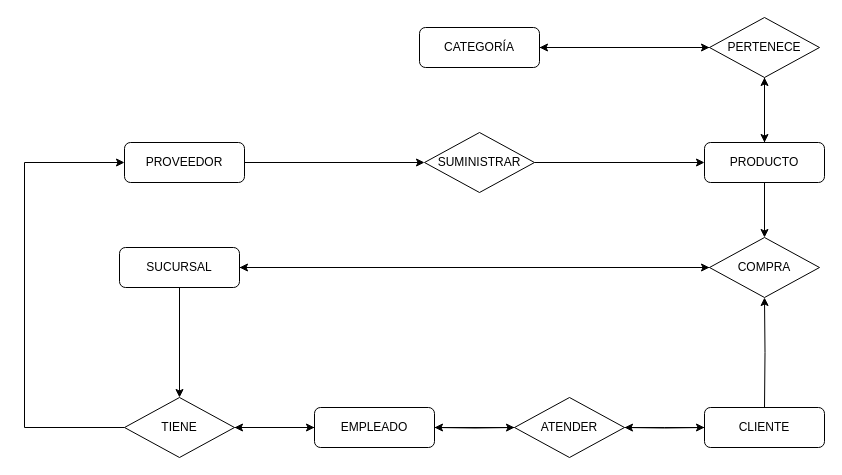
Before: DiagramaP2.drawio in charlotosisi/Bases-de-datos-2023, a draw.io diagram. Source tidied: cells renumbered, new cells numbered last; positions are measured from the earlier drawing's top-left corner, leaving out a move shared by most shapes. Both pictures are drawn from the tidied source at 100%, with x=0, y=0 at pixel (24, 17).
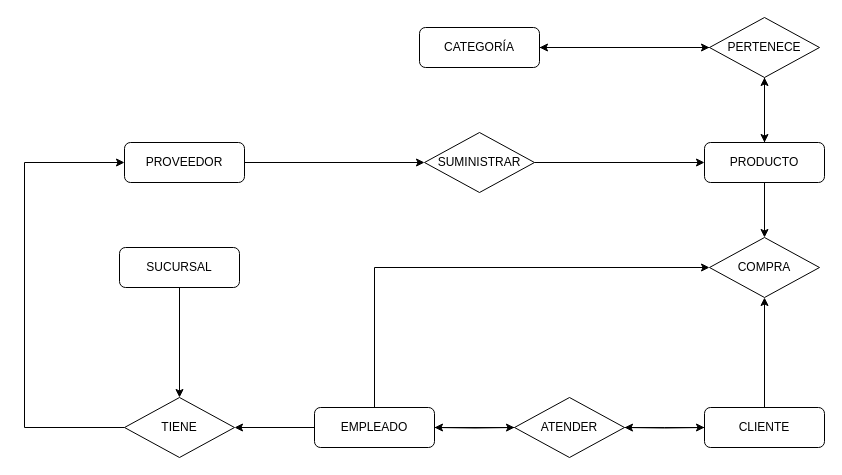
The same diagram, later.

The change refers to these unchanged cells:
```xml
<mxCell id="16" value="COMPRA" style="rhombus;whiteSpace=wrap;html=1;" parent="1" vertex="1">
  <mxGeometry x="685" y="220" width="110" height="60" as="geometry" />
</mxCell>
<mxCell id="22" value="EMPLEADO" style="rounded=1;whiteSpace=wrap;html=1;fontSize=12;glass=0;strokeWidth=1;shadow=0;" parent="1" vertex="1">
  <mxGeometry x="290" y="390" width="120" height="40" as="geometry" />
</mxCell>
<mxCell id="23" value="CLIENTE" style="rounded=1;whiteSpace=wrap;html=1;fontSize=12;glass=0;strokeWidth=1;shadow=0;" parent="1" vertex="1">
  <mxGeometry x="680" y="390" width="120" height="40" as="geometry" />
</mxCell>
<mxCell id="26" value="SUCURSAL" style="rounded=1;whiteSpace=wrap;html=1;fontSize=12;glass=0;strokeWidth=1;shadow=0;" parent="1" vertex="1">
  <mxGeometry x="95" y="230" width="120" height="40" as="geometry" />
</mxCell>
<mxCell id="29" value="TIENE" style="rhombus;whiteSpace=wrap;html=1;" parent="1" vertex="1">
  <mxGeometry x="100" y="380" width="110" height="60" as="geometry" />
</mxCell>
```

What changed in the source:
```diff
@@
-    <mxCell id="4" style="edgeStyle=orthogonalEdgeStyle;rounded=0;jettySize=auto;html=1;entryX=0.5;entryY=1;entryDx=0;entryDy=0;" parent="1" edge="1" target="16">
-      <mxGeometry relative="1" as="geometry">
-        <mxPoint x="740" y="390" as="sourcePoint" />
-      </mxGeometry>
-    </mxCell>
@@
-    <mxCell id="15" style="edgeStyle=orthogonalEdgeStyle;rounded=0;jettySize=auto;html=1;entryX=1;entryY=0.5;entryDx=0;entryDy=0;" parent="1" edge="1" source="16" target="26">
-      <mxGeometry relative="1" as="geometry" />
-    </mxCell>
@@
+    <mxCell id="32" style="edgeStyle=orthogonalEdgeStyle;rounded=0;jettySize=auto;html=1;entryX=0;entryY=0.5;entryDx=0;entryDy=0;" parent="1" edge="1" source="22" target="16">
+      <mxGeometry relative="1" as="geometry">
+        <Array as="points">
+          <mxPoint x="350" y="250" />
+        </Array>
+      </mxGeometry>
+    </mxCell>
@@
+    <mxCell id="33" style="edgeStyle=orthogonalEdgeStyle;rounded=0;jettySize=auto;html=1;entryX=0.5;entryY=1;entryDx=0;entryDy=0;" parent="1" edge="1" source="23" target="16">
+      <mxGeometry relative="1" as="geometry" />
+    </mxCell>
@@
-    <mxCell id="25" style="edgeStyle=orthogonalEdgeStyle;rounded=0;jettySize=auto;html=1;entryX=0;entryY=0.5;entryDx=0;entryDy=0;" parent="1" edge="1" source="26" target="16">
-      <mxGeometry relative="1" as="geometry" />
-    </mxCell>
@@
-    <mxCell id="27" style="edgeStyle=orthogonalEdgeStyle;rounded=0;jettySize=auto;html=1;entryX=0;entryY=0.5;entryDx=0;entryDy=0;" parent="1" edge="1" source="29" target="22">
-      <mxGeometry relative="1" as="geometry" />
-    </mxCell>
```
